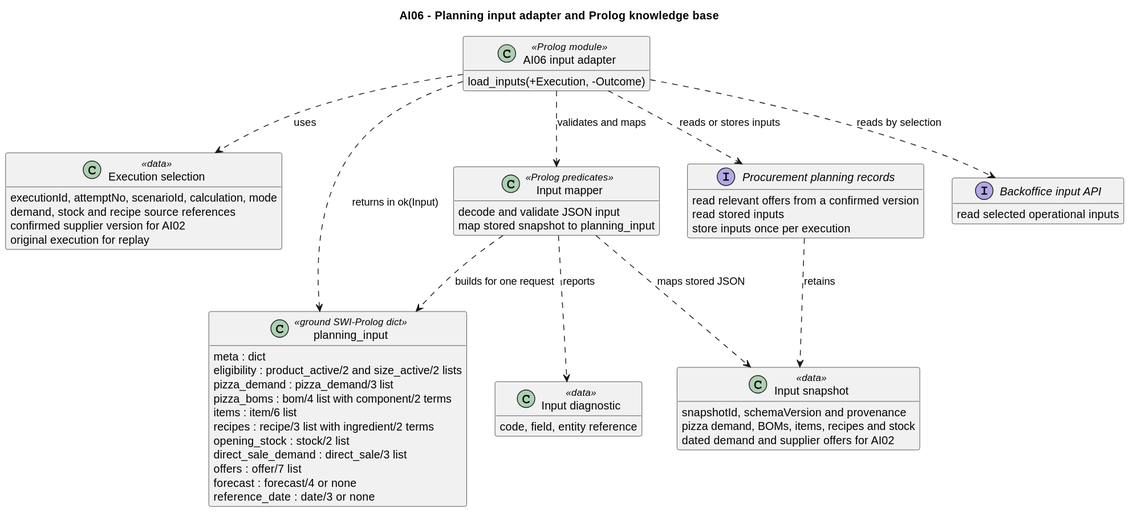
Earlier version of the PlantUML export docs/user_stories/ai/ai06/classDiagram/class_diagram_planning_inputs.svg (1240898/teste). Its diagram source:
```plantuml
@startuml
title AI06 - Planning input adapter and Prolog knowledge base
hide empty members
skinparam shadowing false
skinparam classAttributeIconSize 0
skinparam packageStyle rectangle

class "AI06 input adapter" as Adapter <<Prolog module>> {
    load_inputs(+Execution, -Outcome)
}

class "Execution selection" as Selection <<data>> {
    executionId, attemptNo, scenarioId, calculation, mode
    demand, stock and recipe source references
    confirmed supplier version for AI02
    original execution for replay
}

class "Input mapper" as Mapper <<Prolog predicates>> {
    decode and validate JSON input
    map stored snapshot to planning_input
}

interface "Backoffice input API" as Backoffice {
    read selected operational inputs
}

interface "Procurement planning records" as Records {
    read relevant offers from a confirmed version
    read stored inputs
    store inputs once per execution
}

class "Input snapshot" as Snapshot <<data>> {
    snapshotId, schemaVersion and provenance
    pizza demand, BOMs, items, recipes and stock
    dated demand and supplier offers for AI02
}

class "planning_input" as KnowledgeBase <<ground SWI-Prolog dict>> {
    meta : dict
    eligibility : product_active/2 and size_active/2 lists
    pizza_demand : pizza_demand/3 list
    pizza_boms : bom/4 list with component/2 terms
    items : item/6 list
    recipes : recipe/3 list with ingredient/2 terms
    opening_stock : stock/2 list
    direct_sale_demand : direct_sale/3 list
    offers : offer/7 list
    forecast : forecast/4 or none
    reference_date : date/3 or none
}

class "Input diagnostic" as Diagnostic <<data>> {
    code, field, entity reference
}

Adapter ..> Selection : uses
Adapter ..> Backoffice : reads by selection
Adapter ..> Records : reads or stores inputs
Adapter ..> Mapper : validates and maps
Mapper ..> Snapshot : maps stored JSON
Mapper ..> KnowledgeBase : builds for one request
Adapter ..> KnowledgeBase : returns in ok(Input)
Mapper ..> Diagnostic : reports
Records ..> Snapshot : retains
@enduml
```
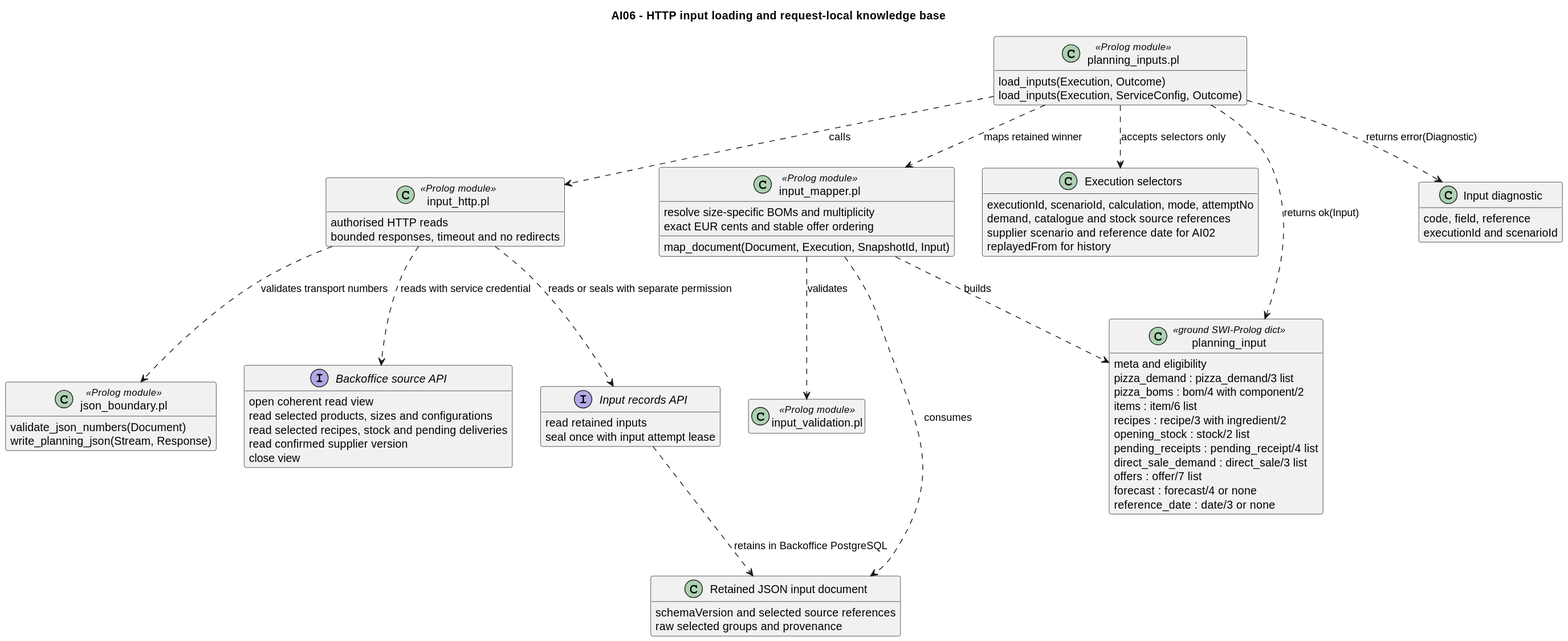
Above is the later version.

What changed in the source:
```diff
@@ -1,67 +1,76 @@
 @startuml
-title AI06 - Planning input adapter and Prolog knowledge base
+title AI06 - HTTP input loading and request-local knowledge base
 hide empty members
 skinparam shadowing false
 skinparam classAttributeIconSize 0
 skinparam packageStyle rectangle
 
-class "AI06 input adapter" as Adapter <<Prolog module>> {
-    load_inputs(+Execution, -Outcome)
+class "planning_inputs.pl" as Adapter <<Prolog module>> {
+  load_inputs(Execution, Outcome)
+  load_inputs(Execution, ServiceConfig, Outcome)
 }
-
-class "Execution selection" as Selection <<data>> {
-    executionId, attemptNo, scenarioId, calculation, mode
-    demand, stock and recipe source references
-    confirmed supplier version for AI02
-    original execution for replay
+class "input_http.pl" as Http <<Prolog module>> {
+  authorised HTTP reads
+  bounded responses, timeout and no redirects
 }
-
-class "Input mapper" as Mapper <<Prolog predicates>> {
-    decode and validate JSON input
-    map stored snapshot to planning_input
+class "input_mapper.pl" as Mapper <<Prolog module>> {
+  resolve size-specific BOMs and multiplicity
+  map_document(Document, Execution, SnapshotId, Input)
+  exact EUR cents and stable offer ordering
 }
-
-interface "Backoffice input API" as Backoffice {
-    read selected operational inputs
+class "input_validation.pl" as Validation <<Prolog module>>
+class "json_boundary.pl" as Json <<Prolog module>> {
+  validate_json_numbers(Document)
+  write_planning_json(Stream, Response)
 }
-
-interface "Procurement planning records" as Records {
-    read relevant offers from a confirmed version
-    read stored inputs
-    store inputs once per execution
+class "Execution selectors" as Selection {
+  executionId, scenarioId, calculation, mode, attemptNo
+  demand, catalogue and stock source references
+  supplier scenario and reference date for AI02
+  replayedFrom for history
 }
-
-class "Input snapshot" as Snapshot <<data>> {
-    snapshotId, schemaVersion and provenance
-    pizza demand, BOMs, items, recipes and stock
-    dated demand and supplier offers for AI02
+interface "Backoffice source API" as Sources {
+  open coherent read view
+  read selected products, sizes and configurations
+  read selected recipes, stock and pending deliveries
+  read confirmed supplier version
+  close view
 }
-
-class "planning_input" as KnowledgeBase <<ground SWI-Prolog dict>> {
-    meta : dict
-    eligibility : product_active/2 and size_active/2 lists
-    pizza_demand : pizza_demand/3 list
-    pizza_boms : bom/4 list with component/2 terms
-    items : item/6 list
-    recipes : recipe/3 list with ingredient/2 terms
-    opening_stock : stock/2 list
-    direct_sale_demand : direct_sale/3 list
-    offers : offer/7 list
-    forecast : forecast/4 or none
-    reference_date : date/3 or none
+interface "Input records API" as Records {
+  read retained inputs
+  seal once with input attempt lease
 }
-
-class "Input diagnostic" as Diagnostic <<data>> {
-    code, field, entity reference
+class "Retained JSON input document" as Snapshot {
+  schemaVersion and selected source references
+  raw selected groups and provenance
 }
-
-Adapter ..> Selection : uses
-Adapter ..> Backoffice : reads by selection
-Adapter ..> Records : reads or stores inputs
-Adapter ..> Mapper : validates and maps
-Mapper ..> Snapshot : maps stored JSON
-Mapper ..> KnowledgeBase : builds for one request
-Adapter ..> KnowledgeBase : returns in ok(Input)
-Mapper ..> Diagnostic : reports
-Records ..> Snapshot : retains
+class "planning_input" as KB <<ground SWI-Prolog dict>> {
+  meta and eligibility
+  pizza_demand : pizza_demand/3 list
+  pizza_boms : bom/4 with component/2
+  items : item/6 list
+  recipes : recipe/3 with ingredient/2
+  opening_stock : stock/2 list
+  pending_receipts : pending_receipt/4 list
+  direct_sale_demand : direct_sale/3 list
+  offers : offer/7 list
+  forecast : forecast/4 or none
+  reference_date : date/3 or none
+}
+class "Input diagnostic" as Error {
+  code, field, reference
+  executionId and scenarioId
+}
+Adapter ..> Selection : accepts selectors only
+Adapter ..> Http : calls
+Http ..> Sources : reads with service credential
+Http ..> Records : reads or seals with separate permission
+Http ..> Json : validates transport numbers
+Adapter ..> Mapper : maps retained winner
+Mapper ..> Validation : validates
+Mapper ..> Snapshot : consumes
+Mapper ..> KB : builds
+Records ..> Snapshot : retains in Backoffice PostgreSQL
+Adapter ..> KB : returns ok(Input)
+Adapter ..> Error : returns error(Diagnostic)
 @enduml
```
